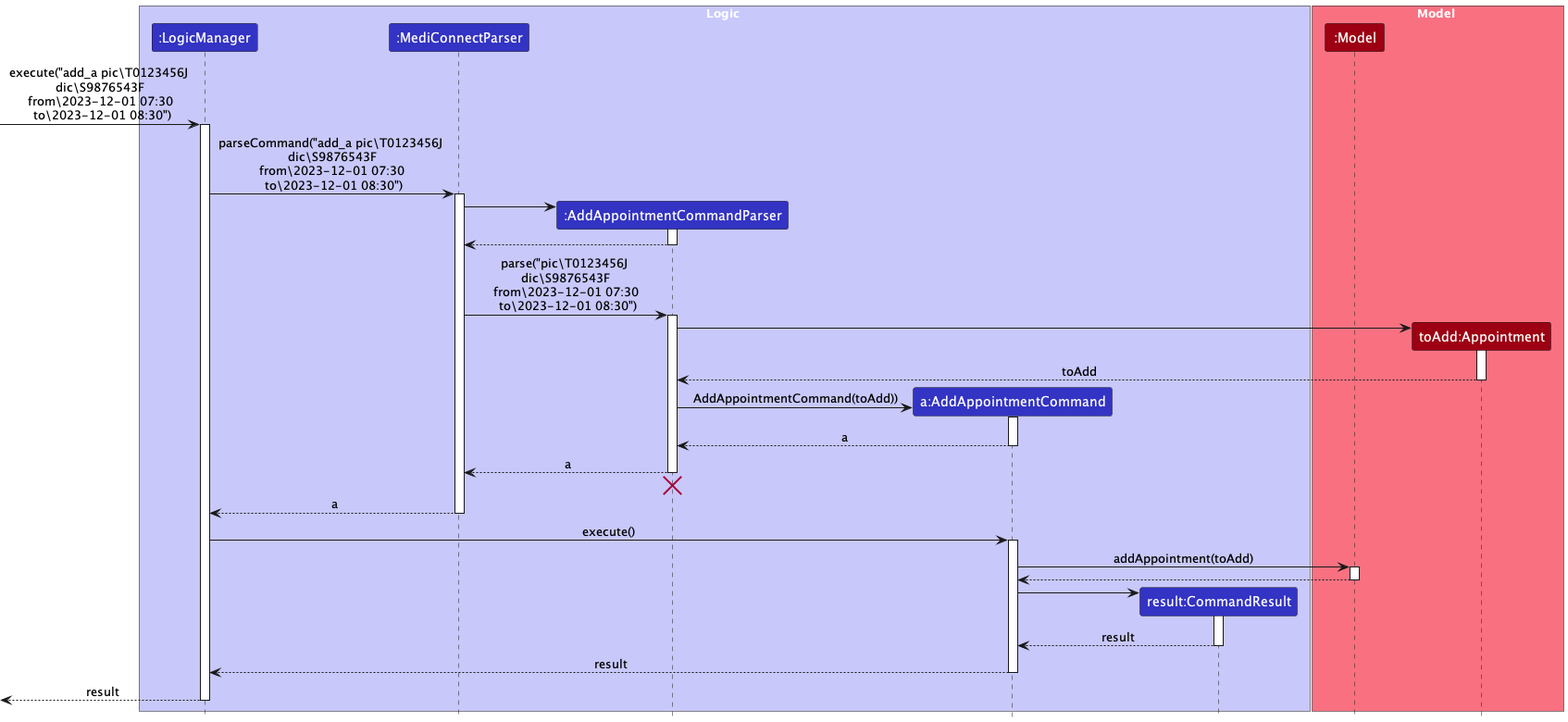
Before: docs/images/AddAppointmentSequenceDiagram.png, a diagram exported from PlantUML (yanghengtang/tp).
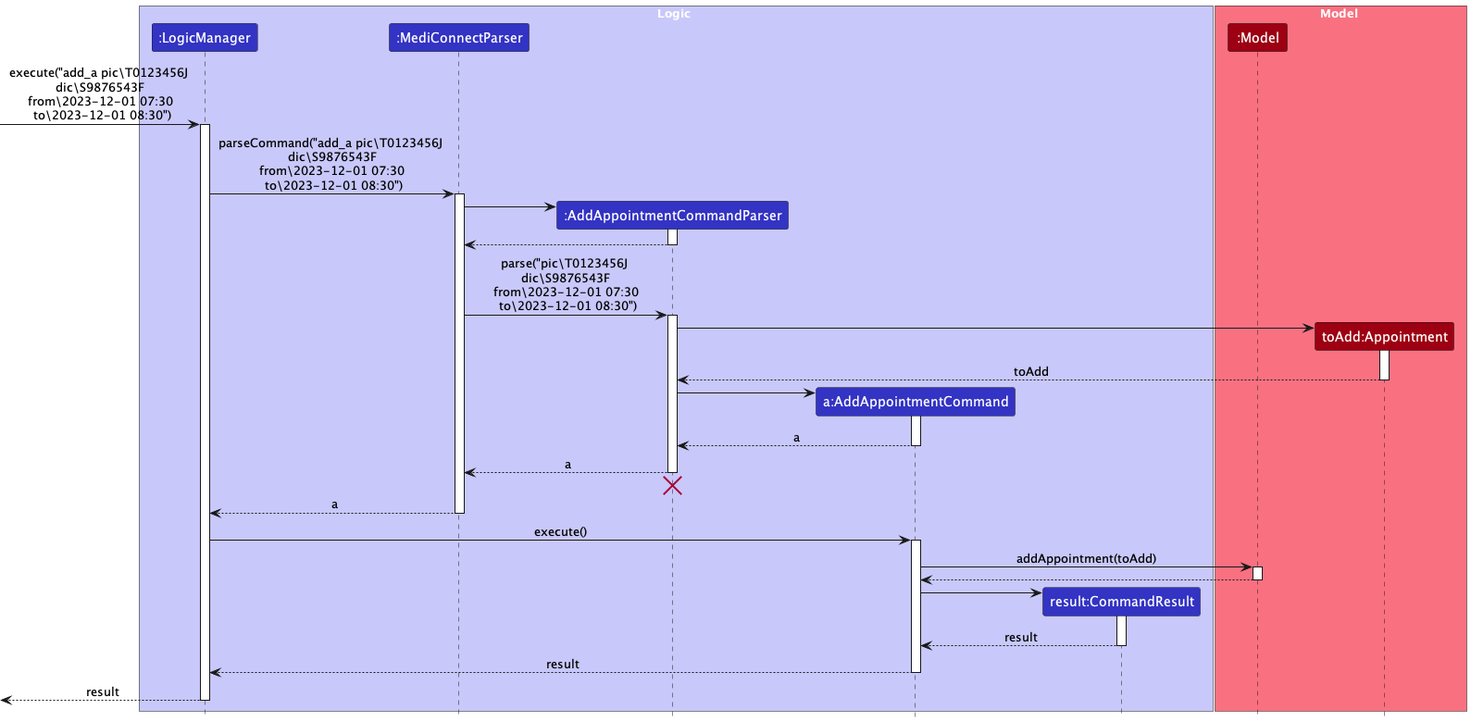
The same diagram one commit later.

Change to the diagram source:
```diff
@@ -39,7 +39,7 @@
 deactivate
 
 create AddAppointmentCommand
-AddAppointmentCommandParser -> AddAppointmentCommand : AddAppointmentCommand(toAdd))
+AddAppointmentCommandParser -> AddAppointmentCommand :
 activate AddAppointmentCommand
 
 AddAppointmentCommand --> AddAppointmentCommandParser : a
@@ -72,7 +72,6 @@
 AddAppointmentCommand --> LogicManager : result
 deactivate AddAppointmentCommand
 
-
 [<--LogicManager : result
 deactivate LogicManager
 @enduml
```
